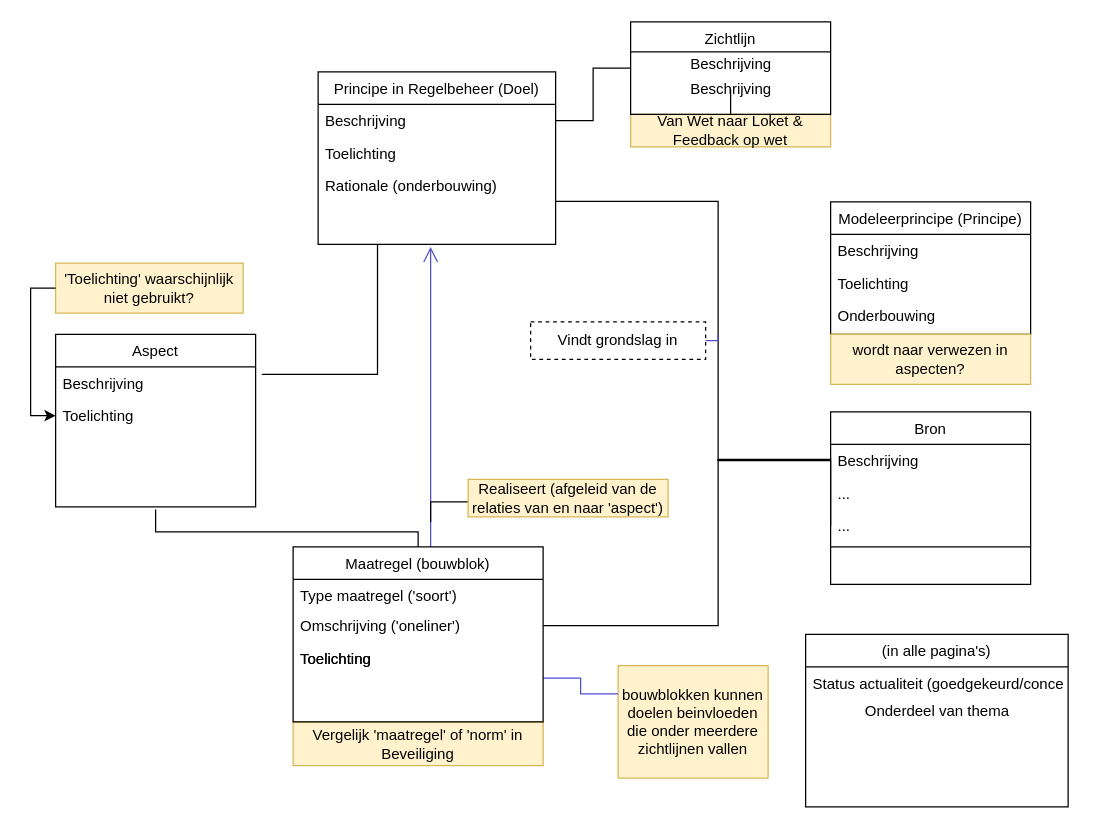
Earlier version of the draw.io diagram Regelbeheer kennismodel.drawio (djoris/nora). Source tidied: cells renumbered, new cells numbered last; positions are measured from the earlier drawing's top-left corner, leaving out a move shared by most shapes. Both pictures are drawn from the tidied source at 125%, with x=0, y=0 at pixel (30, 21).
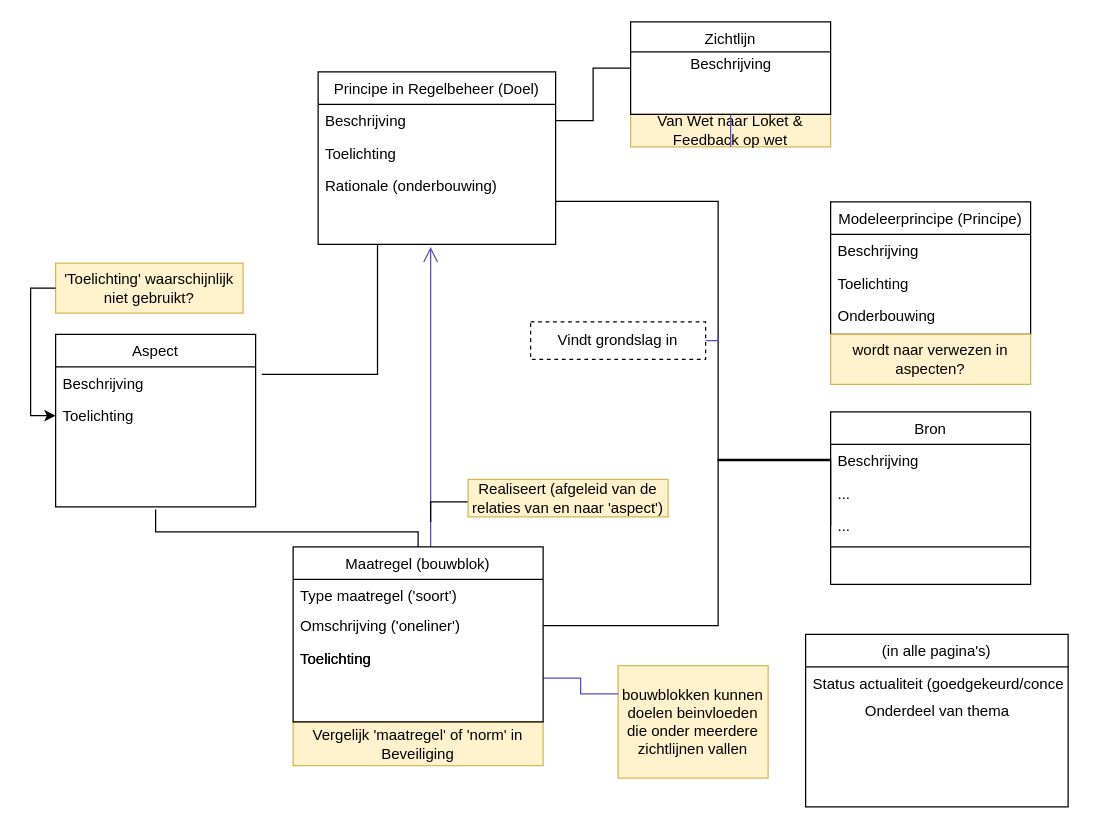
The same page after the edit.

The change refers to these unchanged cells:
```xml
<mxCell id="12" value="Van Wet naar Loket &amp;amp; Feedback op wet" style="text;html=1;strokeColor=#d6b656;fillColor=#fff2cc;align=center;verticalAlign=middle;whiteSpace=wrap;rounded=0;" parent="1" vertex="1">
  <mxGeometry x="480" y="74" width="160" height="26" as="geometry" />
</mxCell>
<mxCell id="40" value="Zichtlijn" style="swimlane;fontStyle=0;align=center;verticalAlign=top;horizontal=1;startSize=24;rounded=0;shadow=0;strokeWidth=1;" parent="1" vertex="1">
  <mxGeometry x="480" width="160" height="74" as="geometry" />
</mxCell>
```

Diff of the diagram source:
```diff
@@
-    <mxCell id="11" style="edgeStyle=orthogonalEdgeStyle;rounded=0;jettySize=auto;html=1;endArrow=none;endFill=0;strokeColor=#000000;" parent="1" edge="1" source="12" target="40">
-      <mxGeometry relative="1" as="geometry" />
-    </mxCell>
@@
-    <mxCell id="42" value="Beschrijving" style="text;html=1;align=center;verticalAlign=middle;" parent="40" vertex="1">
-      <mxGeometry y="44" width="160" height="20" as="geometry" />
-    </mxCell>
@@
+    <mxCell id="47" style="edgeStyle=orthogonalEdgeStyle;rounded=0;orthogonalLoop=1;jettySize=auto;html=1;exitX=0.5;exitY=1;exitDx=0;exitDy=0;entryX=0.5;entryY=0;entryDx=0;entryDy=0;endArrow=none;endFill=0;strokeColor=#514CD4;" parent="1" edge="1" source="12" target="12">
+      <mxGeometry relative="1" as="geometry" />
+    </mxCell>
```
